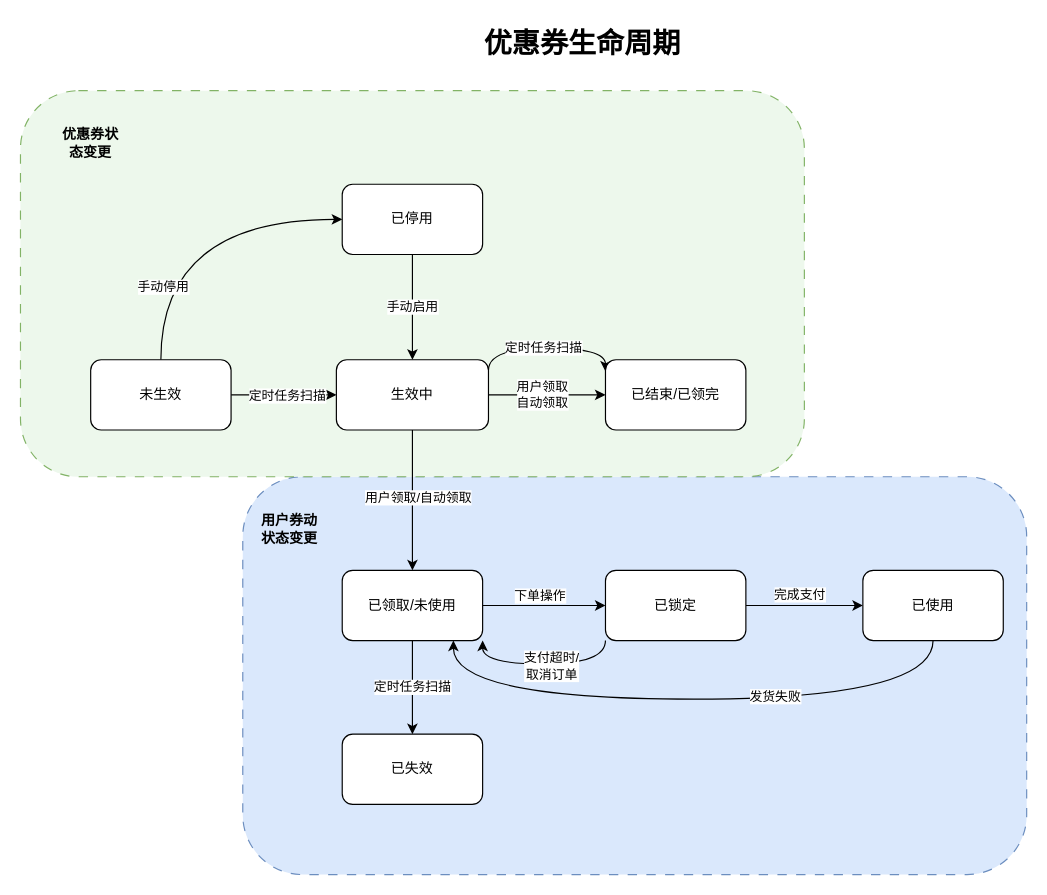
SteveGlory/steveglory.github.io keeps this draw.io diagram as right_saas_coupon.drawio. Above is the earlier version. Source tidied: cells renumbered, new cells numbered last; positions are measured from the earlier drawing's top-left corner, leaving out a move shared by most shapes. Both pictures are drawn from the tidied source at 117%, with x=0, y=0 at pixel (20, 20).
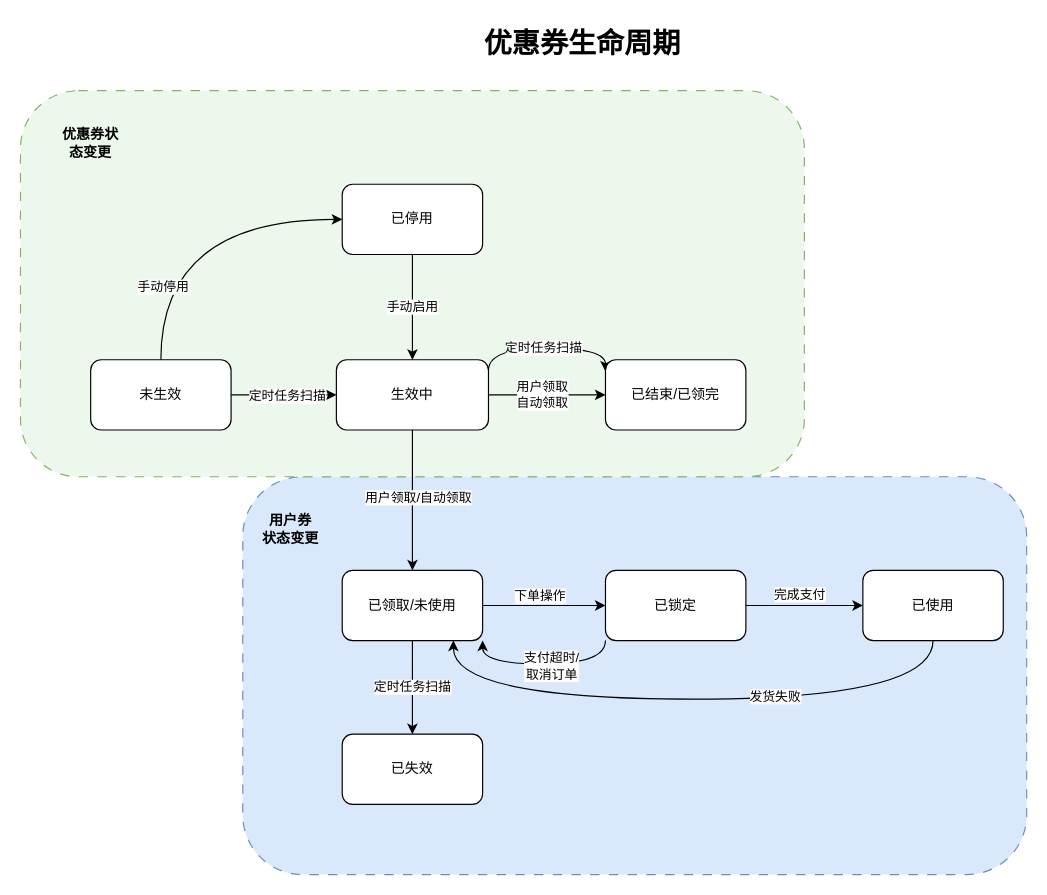
The same page after the edit.

Change to the diagram source:
```diff
@@
-    <mxCell id="31" value="用户券动&lt;div&gt;&lt;span style=&quot;background-color: initial;&quot;&gt;状态变更&lt;/span&gt;&lt;br&gt;&lt;/div&gt;" style="text;html=1;align=center;verticalAlign=middle;whiteSpace=wrap;rounded=0;fontStyle=1;" parent="1" vertex="1">
-      <mxGeometry x="200" y="420" width="60" height="30" as="geometry" />
+    <mxCell id="31" value="用户券&lt;div&gt;&lt;div&gt;&lt;span style=&quot;background-color: initial;&quot;&gt;状态变更&lt;/span&gt;&lt;br&gt;&lt;/div&gt;&lt;/div&gt;" style="text;html=1;align=center;verticalAlign=middle;whiteSpace=wrap;rounded=0;fontStyle=1;" parent="1" vertex="1">
+      <mxGeometry x="201" y="420" width="60" height="30" as="geometry" />
     </mxCell>
```
